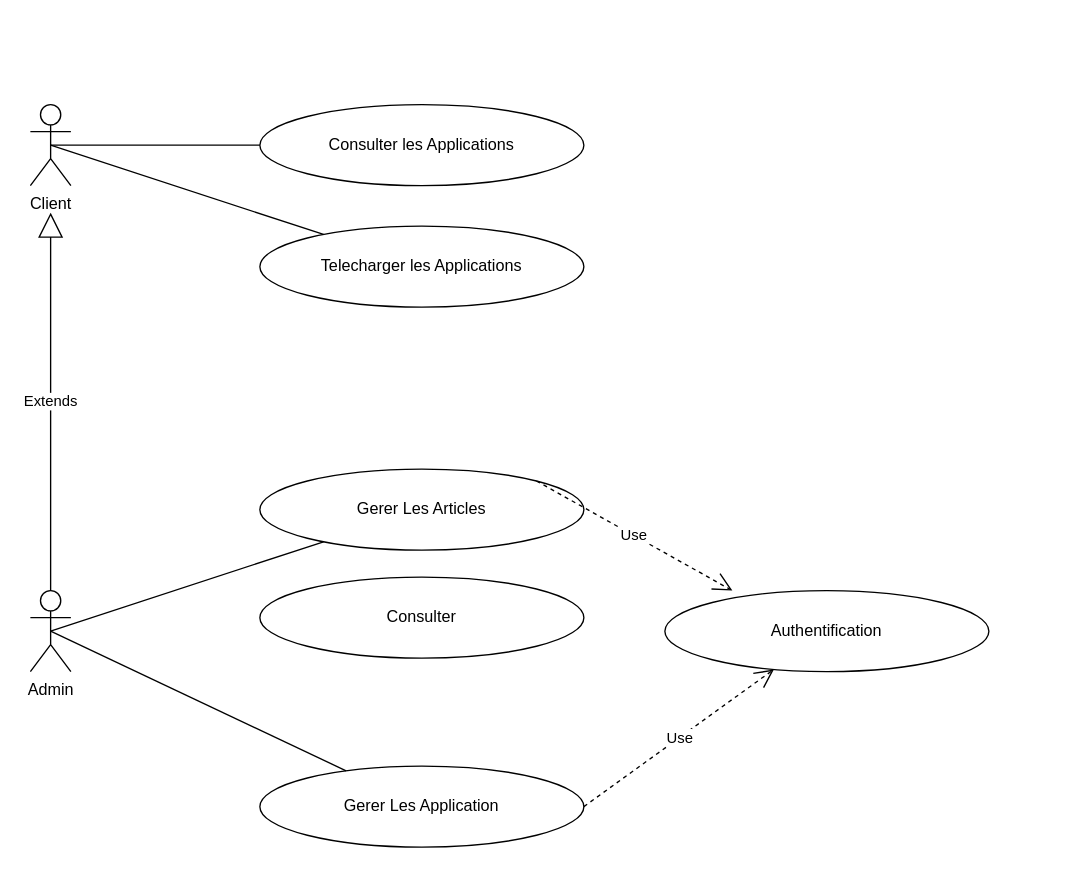
The draw.io diagram page "use case" (2 of 4) of Diagramme sans nom.drawio in amine-ui/Test-React, before the edit. Source tidied: cells renumbered, new cells numbered last; positions are measured from the earlier drawing's top-left corner, leaving out a move shared by most shapes. Both pictures are drawn from the tidied source at 135%, with x=0, y=0 at pixel (30, 104).
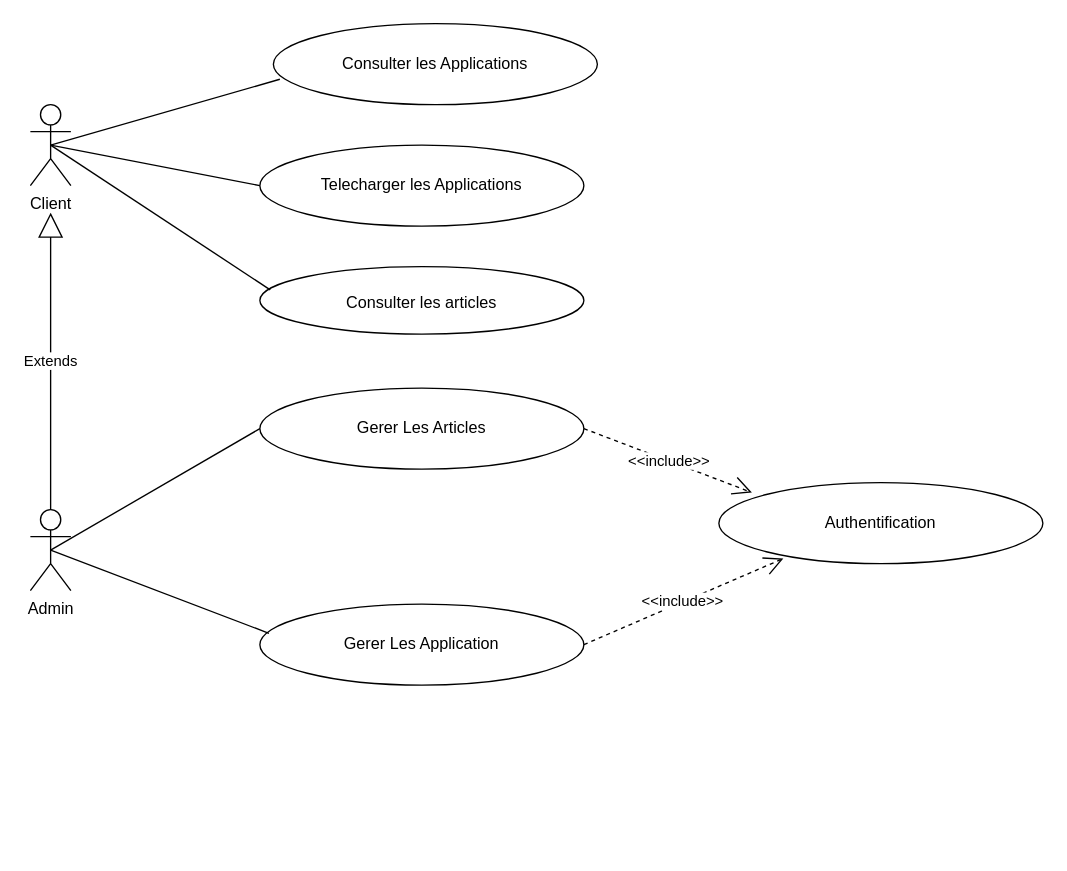
Above is the later version.

Diff of the diagram source:
```diff
@@
 <mxGraphModel>
   <root>
     <mxCell id="0" />
     <mxCell id="1" parent="0" />
     <mxCell id="2" value="Client" style="shape=umlActor;verticalLabelPosition=bottom;verticalAlign=top;html=1;outlineConnect=0;" parent="1" vertex="1">
       <mxGeometry width="30" height="60" as="geometry" />
     </mxCell>
     <mxCell id="3" value="Admin" style="shape=umlActor;verticalLabelPosition=bottom;verticalAlign=top;html=1;outlineConnect=0;" parent="1" vertex="1">
-      <mxGeometry y="360" width="30" height="60" as="geometry" />
+      <mxGeometry y="300" width="30" height="60" as="geometry" />
     </mxCell>
     <mxCell id="4" value="Consulter les Applications" style="ellipse;whiteSpace=wrap;html=1;" parent="1" vertex="1">
-      <mxGeometry x="170" width="240" height="60" as="geometry" />
+      <mxGeometry x="180" y="-60" width="240" height="60" as="geometry" />
     </mxCell>
     <mxCell id="5" value="Gerer Les Application" style="ellipse;whiteSpace=wrap;html=1;" parent="1" vertex="1">
-      <mxGeometry x="170" y="490" width="240" height="60" as="geometry" />
+      <mxGeometry x="170" y="370" width="240" height="60" as="geometry" />
     </mxCell>
-    <mxCell id="6" style="endArrow=none;html=1;rounded=0;exitX=0.5;exitY=0.5;exitDx=0;exitDy=0;exitPerimeter=0;" parent="1" edge="1" source="2" target="4">
+    <mxCell id="6" style="endArrow=none;html=1;rounded=0;exitX=0.5;exitY=0.5;exitDx=0;exitDy=0;exitPerimeter=0;entryX=0.02;entryY=0.687;entryDx=0;entryDy=0;entryPerimeter=0;" parent="1" edge="1" source="2" target="4">
       <mxGeometry relative="1" as="geometry" />
     </mxCell>
-    <mxCell id="7" style="endArrow=none;html=1;rounded=0;exitX=0.5;exitY=0.5;exitDx=0;exitDy=0;exitPerimeter=0;" parent="1" edge="1" source="3" target="5">
+    <mxCell id="7" style="endArrow=none;html=1;rounded=0;exitX=0.5;exitY=0.5;exitDx=0;exitDy=0;exitPerimeter=0;entryX=0.028;entryY=0.36;entryDx=0;entryDy=0;entryPerimeter=0;" parent="1" edge="1" source="3" target="5">
       <mxGeometry relative="1" as="geometry" />
     </mxCell>
     <mxCell id="8" value="Telecharger les Applications" style="ellipse;whiteSpace=wrap;html=1;" parent="1" vertex="1">
-      <mxGeometry x="170" y="90" width="240" height="60" as="geometry" />
+      <mxGeometry x="170" y="30" width="240" height="60" as="geometry" />
     </mxCell>
-    <mxCell id="9" style="endArrow=none;html=1;rounded=0;exitX=0.5;exitY=0.5;exitDx=0;exitDy=0;exitPerimeter=0;" parent="1" edge="1" source="2" target="8">
+    <mxCell id="9" style="endArrow=none;html=1;rounded=0;exitX=0.5;exitY=0.5;exitDx=0;exitDy=0;exitPerimeter=0;entryX=0;entryY=0.5;entryDx=0;entryDy=0;" parent="1" edge="1" source="2" target="8">
       <mxGeometry relative="1" as="geometry" />
     </mxCell>
     <mxCell id="10" value="Authentification" style="ellipse;whiteSpace=wrap;html=1;" parent="1" vertex="1">
-      <mxGeometry x="470" y="360" width="240" height="60" as="geometry" />
+      <mxGeometry x="510" y="280" width="240" height="60" as="geometry" />
     </mxCell>
     <mxCell id="11" value="Gerer Les Articles" style="ellipse;whiteSpace=wrap;html=1;" parent="1" vertex="1">
-      <mxGeometry x="170" y="270" width="240" height="60" as="geometry" />
+      <mxGeometry x="170" y="210" width="240" height="60" as="geometry" />
     </mxCell>
-    <mxCell id="12" style="endArrow=none;html=1;rounded=0;exitX=0.5;exitY=0.5;exitDx=0;exitDy=0;exitPerimeter=0;" parent="1" edge="1" source="3" target="11">
+    <mxCell id="12" style="endArrow=none;html=1;rounded=0;exitX=0.5;exitY=0.5;exitDx=0;exitDy=0;exitPerimeter=0;entryX=0;entryY=0.5;entryDx=0;entryDy=0;" parent="1" edge="1" source="3" target="11">
       <mxGeometry relative="1" as="geometry" />
     </mxCell>
     <mxCell id="13" value="Extends" style="endArrow=block;endSize=16;endFill=0;html=1;rounded=0;exitX=0.5;exitY=0;exitDx=0;exitDy=0;exitPerimeter=0;" parent="1" edge="1" source="3">
       <mxGeometry relative="1" as="geometry">
         <mxPoint x="15" y="80" as="targetPoint" />
       </mxGeometry>
     </mxCell>
-    <mxCell id="14" value="Use" style="endArrow=open;endSize=12;dashed=1;html=1;rounded=0;exitX=1;exitY=0;exitDx=0;exitDy=0;" parent="1" edge="1" source="11">
-      <mxGeometry relative="1" as="geometry">
-        <mxPoint x="520" y="360" as="targetPoint" />
-      </mxGeometry>
+    <mxCell id="14" value="&amp;lt;&amp;lt;include&amp;gt;&amp;gt;" style="endArrow=open;endSize=12;dashed=1;html=1;rounded=0;exitX=1;exitY=0.5;exitDx=0;exitDy=0;entryX=0.102;entryY=0.122;entryDx=0;entryDy=0;entryPerimeter=0;" parent="1" edge="1" source="11" target="10">
+      <mxGeometry relative="1" as="geometry" />
     </mxCell>
-    <mxCell id="15" value="Use" style="endArrow=open;endSize=12;dashed=1;html=1;rounded=0;exitX=1;exitY=0.5;exitDx=0;exitDy=0;" parent="1" edge="1" source="5" target="10">
+    <mxCell id="15" value="&amp;lt;&amp;lt;include&amp;gt;&amp;gt;" style="endArrow=open;endSize=12;dashed=1;html=1;rounded=0;exitX=1;exitY=0.5;exitDx=0;exitDy=0;entryX=0.199;entryY=0.937;entryDx=0;entryDy=0;entryPerimeter=0;" parent="1" edge="1" source="5" target="10">
       <mxGeometry relative="1" as="geometry" />
     </mxCell>
-    <mxCell id="16" value="Consulter" style="ellipse;whiteSpace=wrap;html=1;" parent="1" vertex="1">
-      <mxGeometry x="170" y="350" width="240" height="60" as="geometry" />
-    </mxCell>
+    <mxCell id="17" value="&lt;font style=&quot;font-size: 12px;&quot;&gt;Consulter les articles&lt;/font&gt;" style="ellipse;whiteSpace=wrap;html=1;fontSize=16;" parent="1" vertex="1">
+      <mxGeometry x="170" y="120" width="240" height="50" as="geometry" />
+    </mxCell>
+    <mxCell id="18" style="endArrow=none;html=1;rounded=0;fontSize=12;startSize=8;endSize=8;curved=1;exitX=0.5;exitY=0.5;exitDx=0;exitDy=0;exitPerimeter=0;entryX=0.032;entryY=0.344;entryDx=0;entryDy=0;entryPerimeter=0;" parent="1" edge="1" source="2" target="17">
+      <mxGeometry relative="1" as="geometry" />
+    </mxCell>
   </root>
 </mxGraphModel>
```
